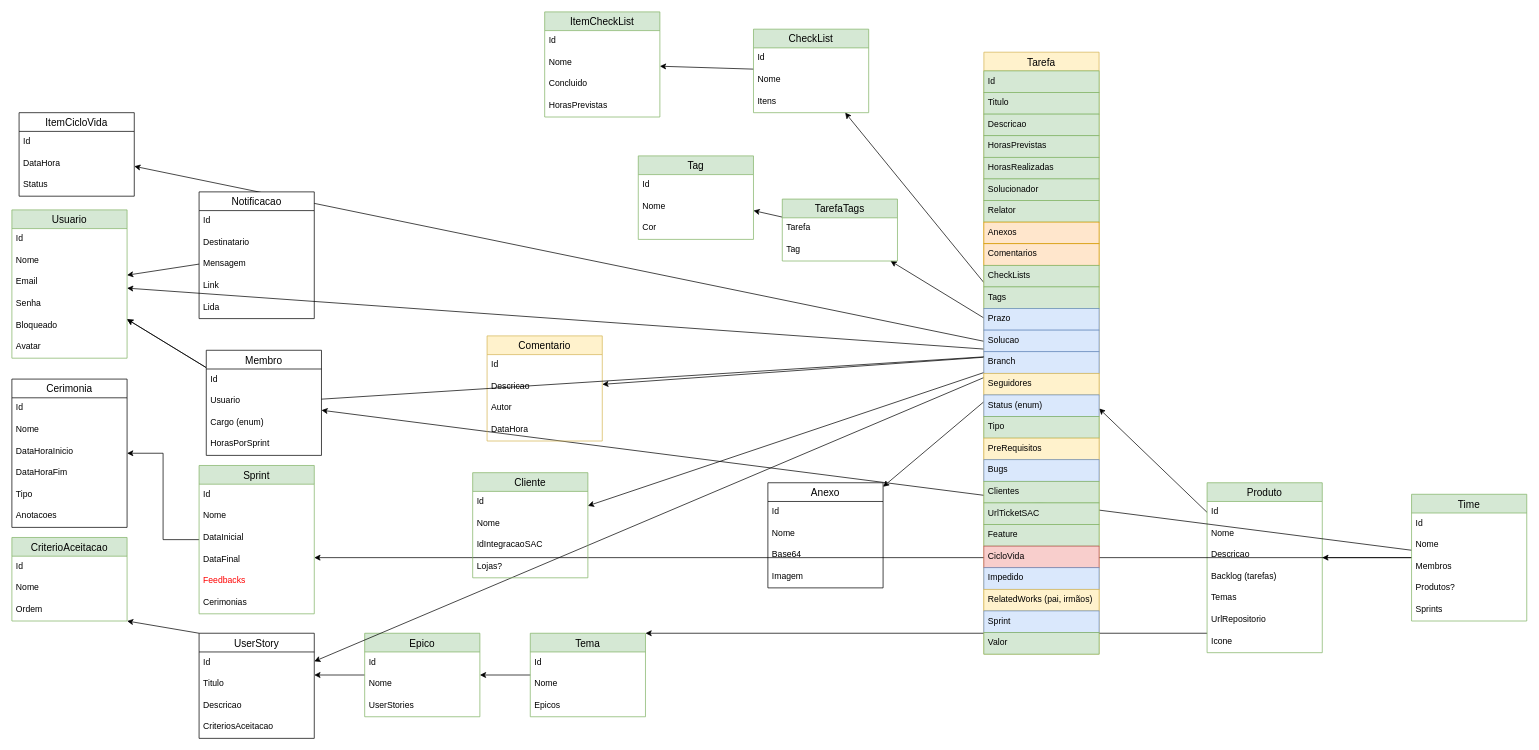
ddsdaniel/Agilis keeps this draw.io diagram as page "ordem" (2 of 2) of Agilis-Back/docs/Untitled Diagram.drawio. Above is the earlier version. Source tidied: cells renumbered, new cells numbered last; positions are measured from the earlier drawing's top-left corner, leaving out a move shared by most shapes. Both pictures are drawn from the tidied source at 72%, with x=0, y=0 at pixel (12, 12).
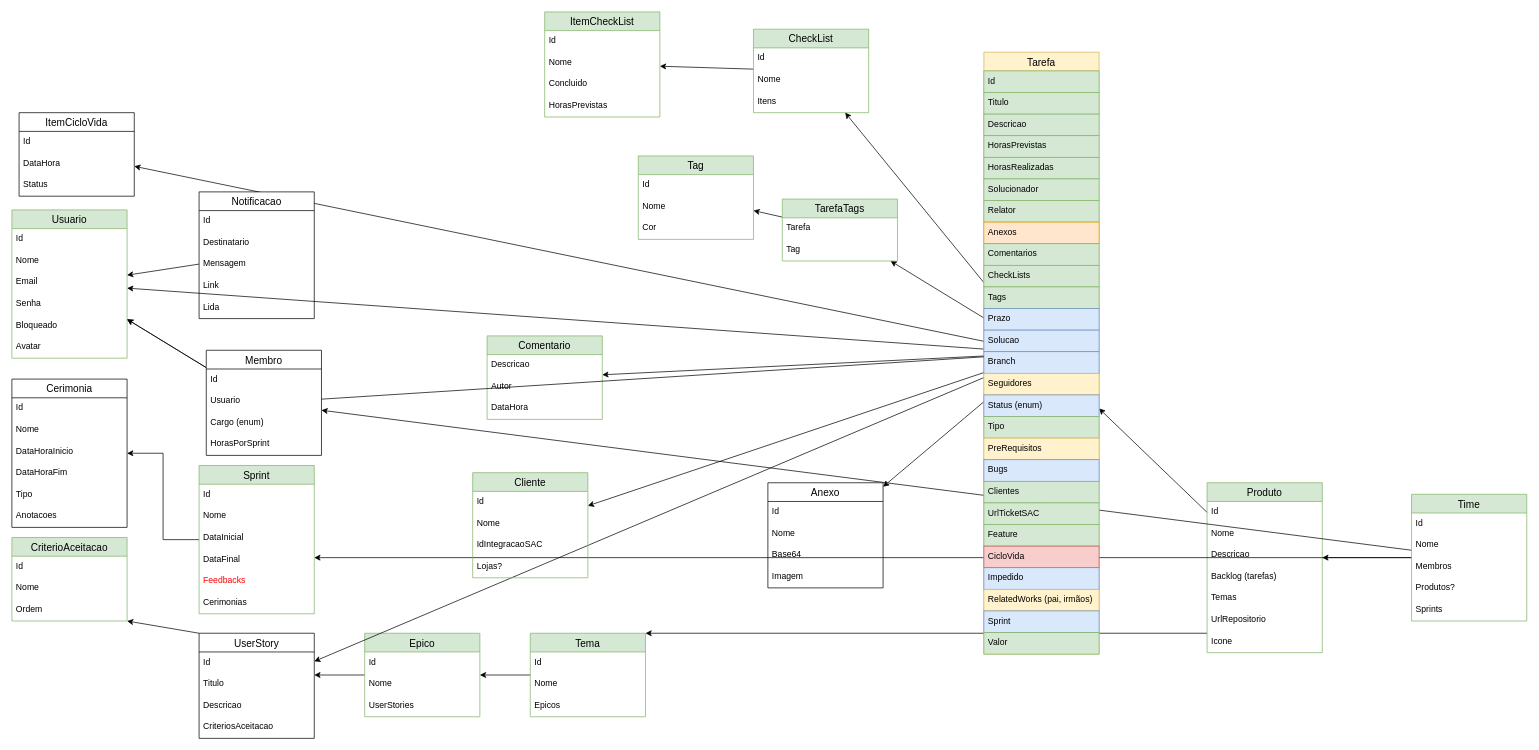
Above is the later version.

Unchanged cells that the change refers to:
```xml
<mxCell id="89" value="Tarefa" style="swimlane;fontStyle=0;horizontal=1;startSize=26;align=center;fontSize=14;fillColor=#fff2cc;strokeColor=#d6b656;" parent="1" vertex="1">
  <mxGeometry x="1350" y="56" width="160" height="836" as="geometry" />
</mxCell>
```

The edit, as a diff of the source:
```diff
@@
-    <mxCell id="62" value="Comentario" style="swimlane;fontStyle=0;horizontal=1;startSize=26;align=center;fontSize=14;fillColor=#fff2cc;strokeColor=#d6b656;" parent="1" vertex="1">
-      <mxGeometry x="660" y="450" width="160" height="146" as="geometry" />
+    <mxCell id="62" value="Comentario" style="swimlane;fontStyle=0;horizontal=1;startSize=26;align=center;fontSize=14;fillColor=#d5e8d4;strokeColor=#82b366;" parent="1" vertex="1">
+      <mxGeometry x="660" y="450" width="160" height="116" as="geometry" />
     </mxCell>
-    <mxCell id="63" value="Id" style="text;strokeColor=none;fillColor=none;spacingLeft=4;spacingRight=4;overflow=hidden;fontSize=12;" parent="62" vertex="1">
-      <mxGeometry y="26" width="160" height="30" as="geometry" />
-    </mxCell>
     <mxCell id="64" value="Descricao" style="text;strokeColor=none;fillColor=none;spacingLeft=4;spacingRight=4;overflow=hidden;fontSize=12;" parent="62" vertex="1">
-      <mxGeometry y="56" width="160" height="30" as="geometry" />
+      <mxGeometry y="26" width="160" height="30" as="geometry" />
     </mxCell>
     <mxCell id="65" value="Autor" style="text;strokeColor=none;fillColor=none;spacingLeft=4;spacingRight=4;overflow=hidden;fontSize=12;" parent="62" vertex="1">
-      <mxGeometry y="86" width="160" height="30" as="geometry" />
+      <mxGeometry y="56" width="160" height="30" as="geometry" />
     </mxCell>
     <mxCell id="66" value="DataHora" style="text;strokeColor=none;fillColor=none;spacingLeft=4;spacingRight=4;overflow=hidden;fontSize=12;" parent="62" vertex="1">
-      <mxGeometry y="116" width="160" height="30" as="geometry" />
+      <mxGeometry y="86" width="160" height="30" as="geometry" />
     </mxCell>
@@
-    <mxCell id="98" value="Comentarios" style="text;strokeColor=#d79b00;fillColor=#ffe6cc;spacingLeft=4;spacingRight=4;overflow=hidden;fontSize=12;" parent="89" vertex="1">
+    <mxCell id="98" value="Comentarios" style="text;strokeColor=#82b366;fillColor=#d5e8d4;spacingLeft=4;spacingRight=4;overflow=hidden;fontSize=12;" parent="89" vertex="1">
       <mxGeometry y="266" width="160" height="30" as="geometry" />
     </mxCell>
```
